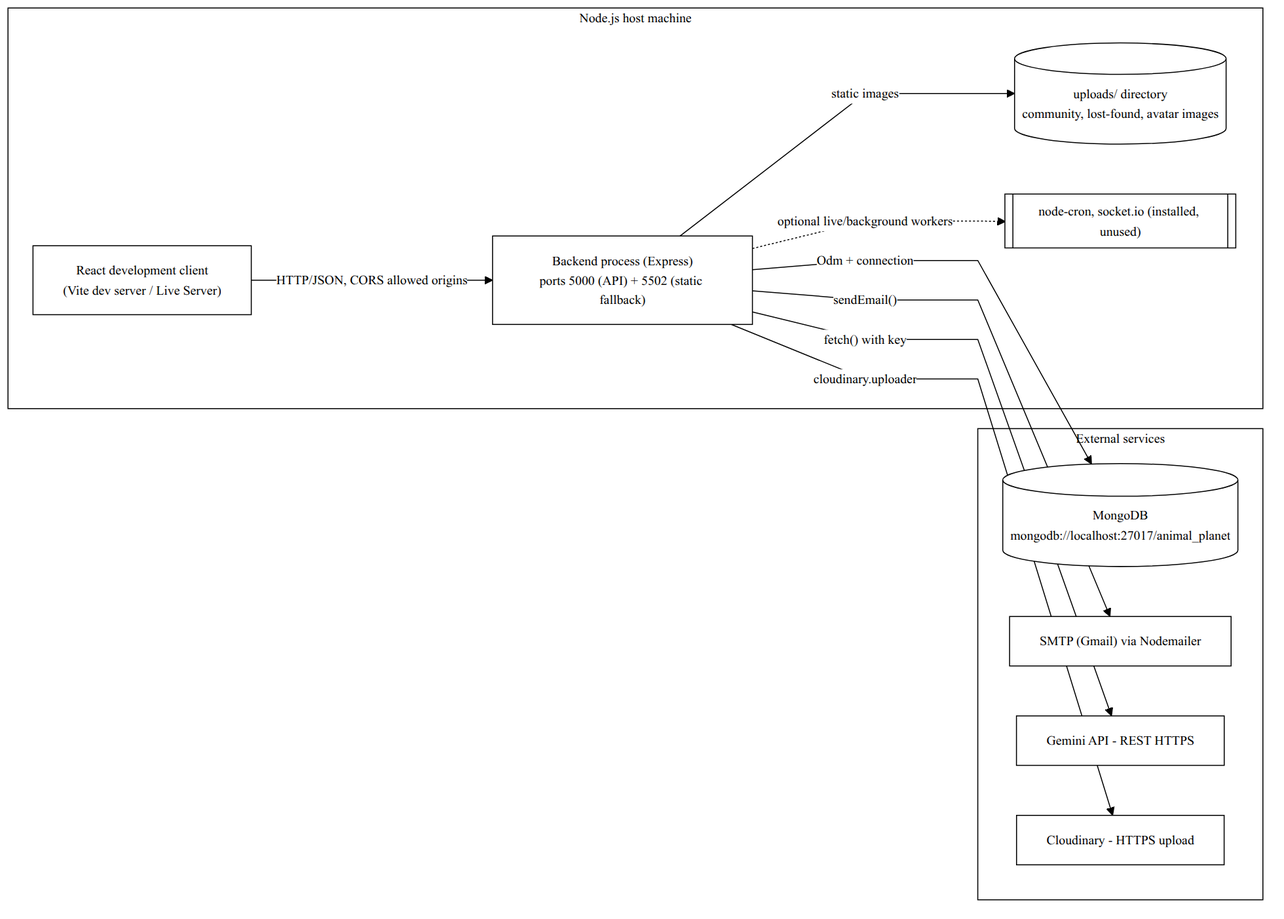
This is docs/blackbook/figures/07-deployment.png from TheMahek/FamiPet, a Mermaid export, as it was before one commit. Its source is kept beside it as docs/blackbook/diagrams/source/07-deployment.mmd. Its diagram source:
```mermaid
flowchart LR
    subgraph NODE["Node.js host machine"]
        BE["Backend process (Express)<br/>ports 5000 (API) + 5502 (static fallback)"]
        FE["React development client<br/>(Vite dev server / Live Server)"]
        UP[("uploads/ directory<br/>community, lost-found, avatar images")]
        UF[["node-cron, socket.io (installed, unused)"]]
    end

    subgraph CLOUD["External services"]
        MONG[("MongoDB<br/>mongodb://localhost:27017/animal_planet")]
        SMTP["SMTP (Gmail) via Nodemailer"]
        GEM["Gemini API - REST HTTPS"]
        CLD["Cloudinary - HTTPS upload"]
    end

    FE -- "HTTP/JSON, CORS allowed origins" --> BE
    BE -- "static images" --> UP
    BE -- "Odm + connection" --> MONG
    BE -- "sendEmail()" --> SMTP
    BE -- "fetch() with key" --> GEM
    BE -- "cloudinary.uploader" --> CLD
    BE -. "optional live/background workers" .-> UF
```
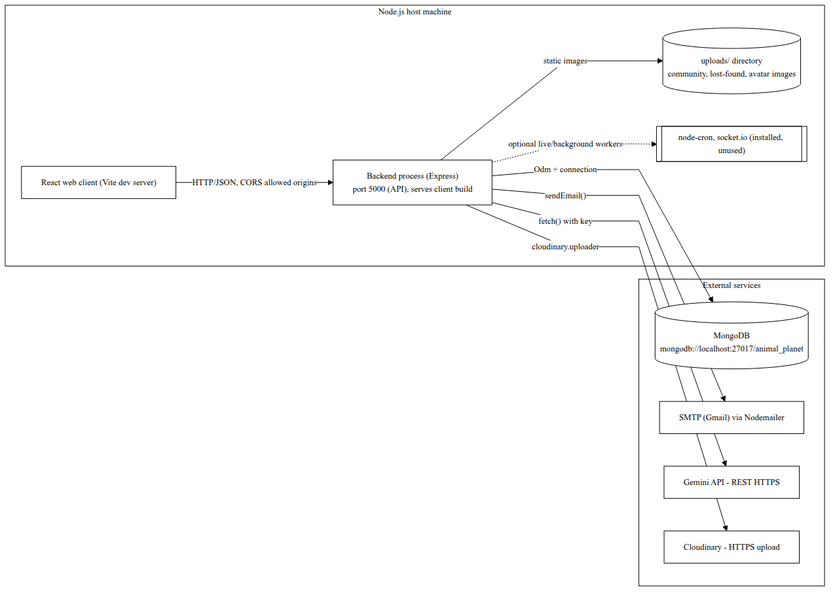
After the change.

Change to the diagram source:
```diff
@@ -1,7 +1,7 @@
 flowchart LR
     subgraph NODE["Node.js host machine"]
-        BE["Backend process (Express)<br/>ports 5000 (API) + 5502 (static fallback)"]
-        FE["React development client<br/>(Vite dev server / Live Server)"]
+        BE["Backend process (Express)<br/>port 5000 (API), serves client build"]
+        FE["React web client (Vite dev server)"]
         UP[("uploads/ directory<br/>community, lost-found, avatar images")]
         UF[["node-cron, socket.io (installed, unused)"]]
     end
```
